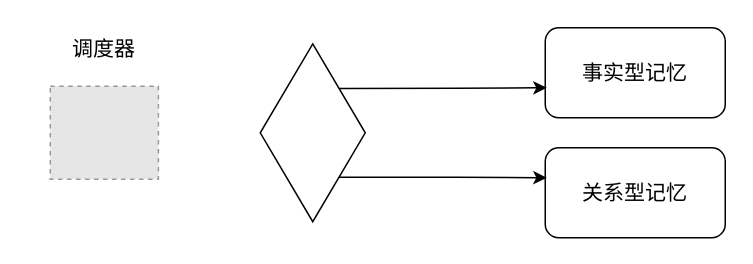
Before: 研究内容3.drawio in niuyiqun/llm_agent, a draw.io diagram. Source tidied: cells renumbered, new cells numbered last; positions are measured from the earlier drawing's top-left corner, leaving out a move shared by most shapes. Both pictures are drawn from the tidied source at 150%, with x=0, y=0 at pixel (24, 26). Pictures stored in the file or linked from it are replaced by grey dashed boxes.
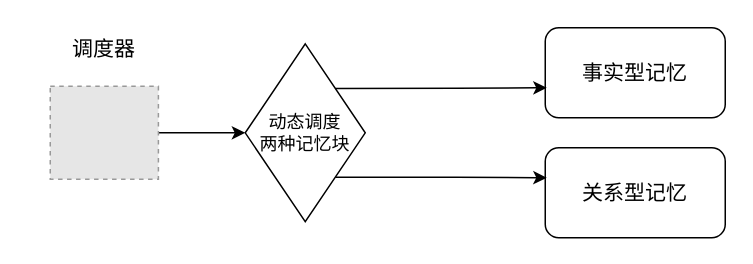
Above is the later version.

Commit message (it also covers changes not shown here):
更新研究内容3.drawio

What changed in the source:
```diff
@@
 <mxGraphModel>
   <root>
     <mxCell id="0" />
     <mxCell id="1" parent="0" />
+    <mxCell id="9" style="edgeStyle=orthogonalEdgeStyle;rounded=0;jettySize=auto;html=1;exitX=1;exitY=0.5;exitDx=0;exitDy=0;entryX=0;entryY=0.5;entryDx=0;entryDy=0;" parent="1" edge="1" source="2" target="8">
+      <mxGeometry relative="1" as="geometry" />
+    </mxCell>
     <mxCell id="2" style="fillColor=#E6E6E6;strokeColor=#999999;dashed=1;verticalLabelPosition=bottom;verticalAlign=top;" parent="1" vertex="1">
       <mxGeometry x="17" y="40" width="72.1" height="62" as="geometry" />
     </mxCell>
     <mxCell id="3" value="&lt;span style=&quot;font-size: 14px;&quot;&gt;调度器&lt;/span&gt;" style="text;strokeColor=none;align=center;fillColor=none;html=1;verticalAlign=middle;whiteSpace=wrap;rounded=0;" parent="1" vertex="1">
       <mxGeometry x="0.1" width="106" height="30" as="geometry" />
     </mxCell>
     <mxCell id="4" value="&lt;font style=&quot;font-size: 14px;&quot;&gt;事实型记忆&lt;/font&gt;" style="rounded=1;whiteSpace=wrap;html=1;" parent="1" vertex="1">
       <mxGeometry x="347" y="1" width="120" height="60" as="geometry" />
     </mxCell>
     <mxCell id="5" value="&lt;font style=&quot;font-size: 14px;&quot;&gt;关系型记忆&lt;/font&gt;" style="rounded=1;whiteSpace=wrap;html=1;" parent="1" vertex="1">
       <mxGeometry x="347" y="81" width="120" height="60" as="geometry" />
     </mxCell>
     <mxCell id="6" style="edgeStyle=orthogonalEdgeStyle;rounded=0;jettySize=auto;html=1;exitX=1;exitY=0;exitDx=0;exitDy=0;" parent="1" edge="1" source="8">
       <mxGeometry relative="1" as="geometry">
         <mxPoint x="348" y="41" as="targetPoint" />
       </mxGeometry>
     </mxCell>
     <mxCell id="7" style="edgeStyle=orthogonalEdgeStyle;rounded=0;jettySize=auto;html=1;exitX=1;exitY=1;exitDx=0;exitDy=0;" parent="1" edge="1" source="8">
       <mxGeometry relative="1" as="geometry">
         <mxPoint x="348" y="101" as="targetPoint" />
       </mxGeometry>
     </mxCell>
-    <mxCell id="8" style="rhombus;whiteSpace=wrap;html=1;" parent="1" vertex="1">
-      <mxGeometry x="157" y="11.8" width="70" height="118.5" as="geometry" />
+    <mxCell id="8" value="动态调度&lt;div&gt;两种记忆块&lt;/div&gt;" style="rhombus;whiteSpace=wrap;html=1;" parent="1" vertex="1">
+      <mxGeometry x="147" y="11.8" width="80" height="118.5" as="geometry" />
     </mxCell>
   </root>
 </mxGraphModel>
```
